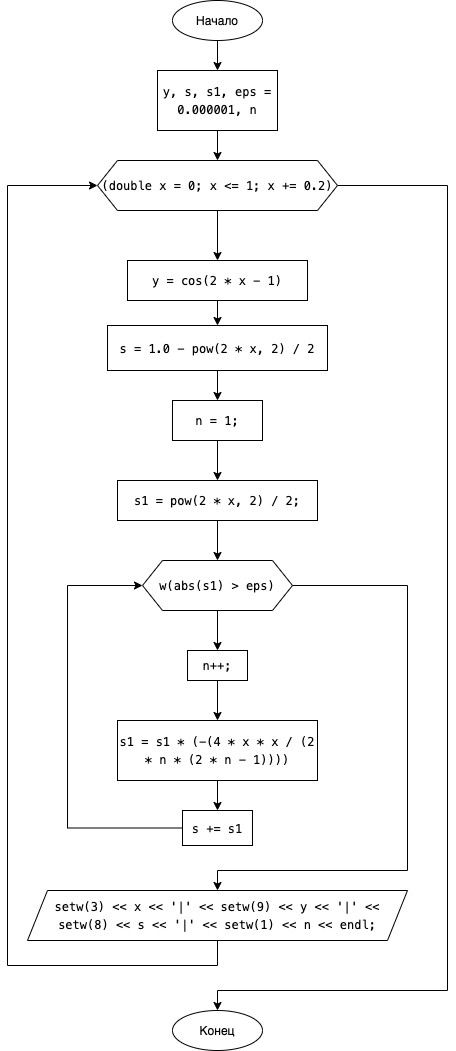
This is scheme/scheme3.png from qqq-Homeworks/lab-3-PogrammingBasics, a draw.io export, as it was before one commit. Source tidied: cells renumbered, new cells last; positions are measured from the earlier drawing's top-left corner, leaving out a move shared by most shapes.
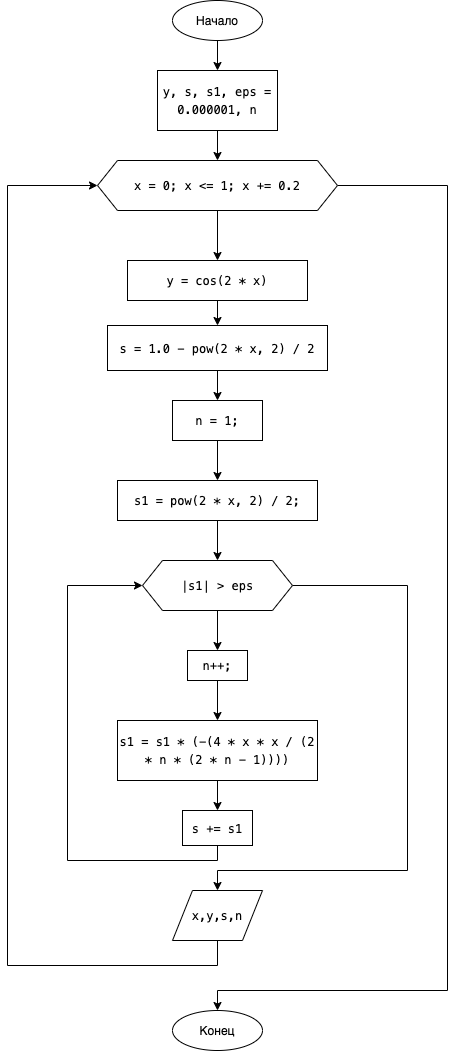
The same file after the commit.

What changed in the source:
```diff
@@ -26,13 +26,13 @@
         </Array>
       </mxGeometry>
     </mxCell>
-    <mxCell id="8" value="&lt;meta charset=&quot;utf-8&quot;&gt;&lt;div style=&quot;font-family: menlo, monaco, &amp;quot;courier new&amp;quot;, monospace; font-weight: normal; font-size: 12px; line-height: 18px;&quot;&gt;&lt;div&gt;&lt;span style=&quot;&quot;&gt;(&lt;/span&gt;&lt;span style=&quot;&quot;&gt;double&lt;/span&gt;&lt;span style=&quot;&quot;&gt; x &lt;/span&gt;&lt;span style=&quot;&quot;&gt;=&lt;/span&gt;&lt;span style=&quot;&quot;&gt; &lt;/span&gt;&lt;span style=&quot;&quot;&gt;0&lt;/span&gt;&lt;span style=&quot;&quot;&gt;; x &lt;/span&gt;&lt;span style=&quot;&quot;&gt;&amp;lt;=&lt;/span&gt;&lt;span style=&quot;&quot;&gt; &lt;/span&gt;&lt;span style=&quot;&quot;&gt;1&lt;/span&gt;&lt;span style=&quot;&quot;&gt;; x &lt;/span&gt;&lt;span style=&quot;&quot;&gt;+=&lt;/span&gt;&lt;span style=&quot;&quot;&gt; &lt;/span&gt;&lt;span style=&quot;&quot;&gt;0.2&lt;/span&gt;&lt;span style=&quot;&quot;&gt;)&lt;/span&gt;&lt;/div&gt;&lt;/div&gt;" style="shape=hexagon;perimeter=hexagonPerimeter2;whiteSpace=wrap;html=1;fixedSize=1;labelBackgroundColor=none;" parent="1" vertex="1">
+    <mxCell id="8" value="&lt;div style=&quot;font-family: &amp;#34;menlo&amp;#34; , &amp;#34;monaco&amp;#34; , &amp;#34;courier new&amp;#34; , monospace ; font-weight: normal ; font-size: 12px ; line-height: 18px&quot;&gt;&lt;div&gt;&lt;span&gt;x &lt;/span&gt;&lt;span&gt;=&lt;/span&gt;&lt;span&gt; &lt;/span&gt;&lt;span&gt;0&lt;/span&gt;&lt;span&gt;; x &lt;/span&gt;&lt;span&gt;&amp;lt;=&lt;/span&gt;&lt;span&gt; &lt;/span&gt;&lt;span&gt;1&lt;/span&gt;&lt;span&gt;; x &lt;/span&gt;&lt;span&gt;+=&lt;/span&gt;&lt;span&gt; &lt;/span&gt;&lt;span&gt;0.2&lt;/span&gt;&lt;/div&gt;&lt;/div&gt;" style="shape=hexagon;perimeter=hexagonPerimeter2;whiteSpace=wrap;html=1;fixedSize=1;labelBackgroundColor=none;" parent="1" vertex="1">
       <mxGeometry x="90" y="160" width="240" height="50" as="geometry" />
     </mxCell>
     <mxCell id="9" style="edgeStyle=orthogonalEdgeStyle;rounded=0;jettySize=auto;html=1;labelBackgroundColor=none;" parent="1" edge="1" source="10" target="12">
       <mxGeometry relative="1" as="geometry" />
     </mxCell>
-    <mxCell id="10" value="&lt;meta charset=&quot;utf-8&quot;&gt;&lt;div style=&quot;font-family: menlo, monaco, &amp;quot;courier new&amp;quot;, monospace; font-weight: normal; font-size: 12px; line-height: 18px;&quot;&gt;&lt;div&gt;&lt;span style=&quot;&quot;&gt;y &lt;/span&gt;&lt;span style=&quot;&quot;&gt;=&lt;/span&gt;&lt;span style=&quot;&quot;&gt; &lt;/span&gt;&lt;span style=&quot;&quot;&gt;cos&lt;/span&gt;&lt;span style=&quot;&quot;&gt;(&lt;/span&gt;&lt;span style=&quot;&quot;&gt;2&lt;/span&gt;&lt;span style=&quot;&quot;&gt; &lt;/span&gt;&lt;span style=&quot;&quot;&gt;*&lt;/span&gt;&lt;span style=&quot;&quot;&gt; x &lt;/span&gt;&lt;span style=&quot;&quot;&gt;-&lt;/span&gt;&lt;span style=&quot;&quot;&gt; &lt;/span&gt;&lt;span style=&quot;&quot;&gt;1&lt;/span&gt;&lt;span style=&quot;&quot;&gt;)&lt;/span&gt;&lt;/div&gt;&lt;/div&gt;" style="whiteSpace=wrap;html=1;labelBackgroundColor=none;" parent="1" vertex="1">
+    <mxCell id="10" value="&lt;div style=&quot;font-family: &amp;#34;menlo&amp;#34; , &amp;#34;monaco&amp;#34; , &amp;#34;courier new&amp;#34; , monospace ; font-weight: normal ; font-size: 12px ; line-height: 18px&quot;&gt;&lt;div&gt;&lt;span&gt;y &lt;/span&gt;&lt;span&gt;=&lt;/span&gt;&lt;span&gt; &lt;/span&gt;&lt;span&gt;cos&lt;/span&gt;&lt;span&gt;(&lt;/span&gt;&lt;span&gt;2&lt;/span&gt;&lt;span&gt; &lt;/span&gt;&lt;span&gt;*&lt;/span&gt;&lt;span&gt; x&lt;/span&gt;&lt;span&gt;)&lt;/span&gt;&lt;/div&gt;&lt;/div&gt;" style="whiteSpace=wrap;html=1;labelBackgroundColor=none;" parent="1" vertex="1">
       <mxGeometry x="120" y="260" width="180" height="40" as="geometry" />
     </mxCell>
     <mxCell id="11" style="edgeStyle=orthogonalEdgeStyle;rounded=0;jettySize=auto;html=1;labelBackgroundColor=none;" parent="1" edge="1" source="12" target="14">
@@ -67,7 +67,7 @@
         </Array>
       </mxGeometry>
     </mxCell>
-    <mxCell id="19" value="&lt;div style=&quot;font-family: menlo, monaco, &amp;quot;courier new&amp;quot;, monospace; font-weight: normal; font-size: 12px; line-height: 18px;&quot;&gt;&lt;div&gt;&lt;span style=&quot;&quot;&gt;w&lt;/span&gt;&lt;span style=&quot;&quot;&gt;(&lt;/span&gt;&lt;span style=&quot;&quot;&gt;abs&lt;/span&gt;&lt;span style=&quot;&quot;&gt;(s1) &lt;/span&gt;&lt;span style=&quot;&quot;&gt;&amp;gt;&lt;/span&gt;&lt;span style=&quot;&quot;&gt; eps)&lt;/span&gt;&lt;/div&gt;&lt;/div&gt;" style="shape=hexagon;perimeter=hexagonPerimeter2;whiteSpace=wrap;html=1;fixedSize=1;labelBackgroundColor=none;" parent="1" vertex="1">
+    <mxCell id="19" value="&lt;div style=&quot;font-family: &amp;#34;menlo&amp;#34; , &amp;#34;monaco&amp;#34; , &amp;#34;courier new&amp;#34; , monospace ; font-weight: normal ; font-size: 12px ; line-height: 18px&quot;&gt;&lt;div&gt;&lt;span&gt;|s1|&amp;nbsp;&lt;/span&gt;&lt;span&gt;&amp;gt;&lt;/span&gt;&lt;span&gt; eps&lt;/span&gt;&lt;/div&gt;&lt;/div&gt;" style="shape=hexagon;perimeter=hexagonPerimeter2;whiteSpace=wrap;html=1;fixedSize=1;labelBackgroundColor=none;" parent="1" vertex="1">
       <mxGeometry x="135" y="560" width="150" height="50" as="geometry" />
     </mxCell>
     <mxCell id="20" style="edgeStyle=orthogonalEdgeStyle;rounded=0;jettySize=auto;html=1;labelBackgroundColor=none;" parent="1" edge="1" source="21" target="23">
@@ -85,7 +85,8 @@
     <mxCell id="24" style="edgeStyle=orthogonalEdgeStyle;rounded=0;jettySize=auto;html=1;entryX=0;entryY=0.5;entryDx=0;entryDy=0;labelBackgroundColor=none;" parent="1" edge="1" source="25" target="19">
       <mxGeometry relative="1" as="geometry">
         <Array as="points">
-          <mxPoint x="60" y="828" />
+          <mxPoint x="210" y="860" />
+          <mxPoint x="60" y="860" />
           <mxPoint x="60" y="585" />
         </Array>
       </mxGeometry>
@@ -101,8 +102,8 @@
         </Array>
       </mxGeometry>
     </mxCell>
-    <mxCell id="27" value="&lt;div style=&quot;font-family: menlo, monaco, &amp;quot;courier new&amp;quot;, monospace; font-weight: normal; font-size: 12px; line-height: 18px;&quot;&gt;&lt;div&gt;&lt;span style=&quot;&quot;&gt;setw&lt;/span&gt;&lt;span style=&quot;&quot;&gt;(&lt;/span&gt;&lt;span style=&quot;&quot;&gt;3&lt;/span&gt;&lt;span style=&quot;&quot;&gt;) &lt;/span&gt;&lt;span style=&quot;&quot;&gt;&amp;lt;&amp;lt;&lt;/span&gt;&lt;span style=&quot;&quot;&gt; x &lt;/span&gt;&lt;span style=&quot;&quot;&gt;&amp;lt;&amp;lt;&lt;/span&gt;&lt;span style=&quot;&quot;&gt; &lt;/span&gt;&lt;span style=&quot;&quot;&gt;'|'&lt;/span&gt;&lt;span style=&quot;&quot;&gt; &lt;/span&gt;&lt;span style=&quot;&quot;&gt;&amp;lt;&amp;lt;&lt;/span&gt;&lt;span style=&quot;&quot;&gt; &lt;/span&gt;&lt;span style=&quot;&quot;&gt;setw&lt;/span&gt;&lt;span style=&quot;&quot;&gt;(&lt;/span&gt;&lt;span style=&quot;&quot;&gt;9&lt;/span&gt;&lt;span style=&quot;&quot;&gt;) &lt;/span&gt;&lt;span style=&quot;&quot;&gt;&amp;lt;&amp;lt;&lt;/span&gt;&lt;span style=&quot;&quot;&gt; y &lt;/span&gt;&lt;span style=&quot;&quot;&gt;&amp;lt;&amp;lt;&lt;/span&gt;&lt;span style=&quot;&quot;&gt; &lt;/span&gt;&lt;span style=&quot;&quot;&gt;'|'&lt;/span&gt;&lt;span style=&quot;&quot;&gt; &lt;/span&gt;&lt;span style=&quot;&quot;&gt;&amp;lt;&amp;lt;&lt;/span&gt;&lt;span style=&quot;&quot;&gt; &lt;/span&gt;&lt;span style=&quot;&quot;&gt;setw&lt;/span&gt;&lt;span style=&quot;&quot;&gt;(&lt;/span&gt;&lt;span style=&quot;&quot;&gt;8&lt;/span&gt;&lt;span style=&quot;&quot;&gt;) &lt;/span&gt;&lt;span style=&quot;&quot;&gt;&amp;lt;&amp;lt;&lt;/span&gt;&lt;span style=&quot;&quot;&gt; s &lt;/span&gt;&lt;span style=&quot;&quot;&gt;&amp;lt;&amp;lt;&lt;/span&gt;&lt;span style=&quot;&quot;&gt; &lt;/span&gt;&lt;span style=&quot;&quot;&gt;'|'&lt;/span&gt;&lt;span style=&quot;&quot;&gt; &lt;/span&gt;&lt;span style=&quot;&quot;&gt;&amp;lt;&amp;lt;&lt;/span&gt;&lt;span style=&quot;&quot;&gt; &lt;/span&gt;&lt;span style=&quot;&quot;&gt;setw&lt;/span&gt;&lt;span style=&quot;&quot;&gt;(&lt;/span&gt;&lt;span style=&quot;&quot;&gt;1&lt;/span&gt;&lt;span style=&quot;&quot;&gt;) &lt;/span&gt;&lt;span style=&quot;&quot;&gt;&amp;lt;&amp;lt;&lt;/span&gt;&lt;span style=&quot;&quot;&gt; n &lt;/span&gt;&lt;span style=&quot;&quot;&gt;&amp;lt;&amp;lt;&lt;/span&gt;&lt;span style=&quot;&quot;&gt; endl;&lt;/span&gt;&lt;/div&gt;&lt;/div&gt;" style="shape=parallelogram;perimeter=parallelogramPerimeter;whiteSpace=wrap;html=1;fixedSize=1;labelBackgroundColor=none;" parent="1" vertex="1">
-      <mxGeometry x="20" y="890" width="380" height="50" as="geometry" />
+    <mxCell id="27" value="&lt;div style=&quot;font-family: &amp;#34;menlo&amp;#34; , &amp;#34;monaco&amp;#34; , &amp;#34;courier new&amp;#34; , monospace ; font-weight: normal ; font-size: 12px ; line-height: 18px&quot;&gt;x,y,s,n&lt;/div&gt;" style="shape=parallelogram;perimeter=parallelogramPerimeter;whiteSpace=wrap;html=1;fixedSize=1;labelBackgroundColor=none;" parent="1" vertex="1">
+      <mxGeometry x="165" y="890" width="90" height="50" as="geometry" />
     </mxCell>
     <mxCell id="28" value="Конец" style="ellipse;whiteSpace=wrap;html=1;labelBackgroundColor=none;" parent="1" vertex="1">
       <mxGeometry x="165" y="1010" width="90" height="40" as="geometry" />
```
